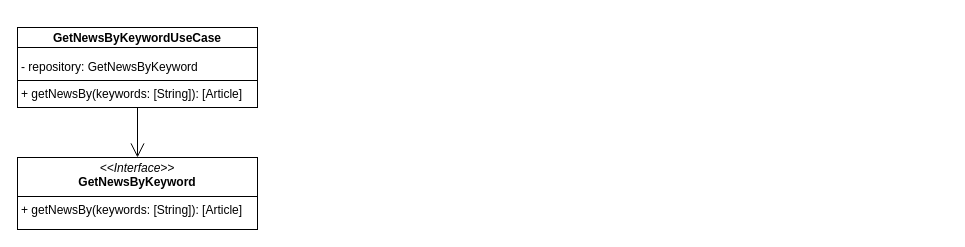
Above: page "DominioToUI" (2 of 3) of 002_clean_architecture/resources/CleanArchitectureExampleUML.drawio in josemortizs/ArticulosTecnicos (draw.io), before the change. Source tidied: cells renumbered, new cells numbered last; positions are measured from the earlier drawing's top-left corner, leaving out a move shared by most shapes. Both pictures are drawn from the tidied source at 100%, with x=0, y=0 at pixel (17, 27).
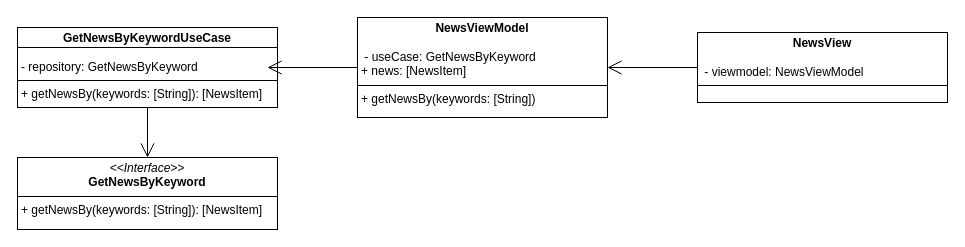
After the change.

What changed in the source:
```diff
@@
 <mxGraphModel>
   <root>
     <mxCell id="0" />
     <mxCell id="1" parent="0" />
-    <mxCell id="2" value="&lt;p style=&quot;margin:0px;margin-top:4px;text-align:center;&quot;&gt;&lt;b&gt;GetNewsByKeywordUseCase&lt;/b&gt;&lt;/p&gt;&lt;p style=&quot;margin:0px;margin-left:4px;&quot;&gt;&lt;br&gt;&lt;/p&gt;&lt;p style=&quot;margin:0px;margin-left:4px;&quot;&gt;- repository: GetNewsByKeyword&lt;/p&gt;&lt;hr size=&quot;1&quot; style=&quot;border-style:solid;&quot;&gt;&lt;p style=&quot;margin:0px;margin-left:4px;&quot;&gt;+ getNewsBy(keywords: [String]): [Article]&lt;br&gt;&lt;/p&gt;" style="verticalAlign=top;align=left;overflow=fill;html=1;whiteSpace=wrap;" parent="1" vertex="1">
-      <mxGeometry width="240" height="80" as="geometry" />
+    <mxCell id="2" value="&lt;p style=&quot;margin:0px;margin-top:4px;text-align:center;&quot;&gt;&lt;b&gt;GetNewsByKeywordUseCase&lt;/b&gt;&lt;/p&gt;&lt;p style=&quot;margin:0px;margin-left:4px;&quot;&gt;&lt;br&gt;&lt;/p&gt;&lt;p style=&quot;margin:0px;margin-left:4px;&quot;&gt;- repository: GetNewsByKeyword&lt;/p&gt;&lt;hr size=&quot;1&quot; style=&quot;border-style:solid;&quot;&gt;&lt;p style=&quot;margin:0px;margin-left:4px;&quot;&gt;+ getNewsBy(keywords: [String]): [NewsItem]&lt;br&gt;&lt;/p&gt;" style="verticalAlign=top;align=left;overflow=fill;html=1;whiteSpace=wrap;" parent="1" vertex="1">
+      <mxGeometry width="260" height="80" as="geometry" />
     </mxCell>
     <mxCell id="3" style="endArrow=none;html=1;rounded=0;exitX=1;exitY=0.25;exitDx=0;exitDy=0;entryX=0;entryY=0.25;entryDx=0;entryDy=0;" parent="1" edge="1" source="2" target="2">
       <mxGeometry relative="1" as="geometry" />
     </mxCell>
-    <mxCell id="4" value="&lt;p style=&quot;margin:0px;margin-top:4px;text-align:center;&quot;&gt;&lt;i&gt;&amp;lt;&amp;lt;Interface&amp;gt;&amp;gt;&lt;/i&gt;&lt;br&gt;&lt;b&gt;GetNewsByKeyword&lt;/b&gt;&lt;/p&gt;&lt;hr size=&quot;1&quot; style=&quot;border-style:solid;&quot;&gt;&lt;p style=&quot;margin:0px;margin-left:4px;&quot;&gt;&lt;span style=&quot;background-color: initial;&quot;&gt;+ getNewsBy(keywords: [String]): [Article]&lt;/span&gt;&lt;br&gt;&lt;/p&gt;" style="verticalAlign=top;align=left;overflow=fill;html=1;whiteSpace=wrap;" parent="1" vertex="1">
-      <mxGeometry y="130" width="240" height="72" as="geometry" />
+    <mxCell id="4" value="&lt;p style=&quot;margin:0px;margin-top:4px;text-align:center;&quot;&gt;&lt;i&gt;&amp;lt;&amp;lt;Interface&amp;gt;&amp;gt;&lt;/i&gt;&lt;br&gt;&lt;b&gt;GetNewsByKeyword&lt;/b&gt;&lt;/p&gt;&lt;hr size=&quot;1&quot; style=&quot;border-style:solid;&quot;&gt;&lt;p style=&quot;margin:0px;margin-left:4px;&quot;&gt;&lt;span style=&quot;background-color: initial;&quot;&gt;+ getNewsBy(keywords: [String]): [&lt;/span&gt;NewsItem&lt;span style=&quot;background-color: initial;&quot;&gt;]&lt;/span&gt;&lt;br&gt;&lt;/p&gt;" style="verticalAlign=top;align=left;overflow=fill;html=1;whiteSpace=wrap;" parent="1" vertex="1">
+      <mxGeometry y="130" width="260" height="72" as="geometry" />
     </mxCell>
     <mxCell id="5" style="endArrow=open;endFill=1;endSize=12;html=1;rounded=0;exitX=0.5;exitY=1;exitDx=0;exitDy=0;entryX=0.5;entryY=0;entryDx=0;entryDy=0;" parent="1" edge="1" source="2" target="4">
       <mxGeometry relative="1" as="geometry" />
     </mxCell>
+    <mxCell id="6" value="&lt;p style=&quot;margin:0px;margin-top:4px;text-align:center;&quot;&gt;&lt;b&gt;NewsViewModel&lt;/b&gt;&lt;/p&gt;&lt;p style=&quot;margin:0px;margin-left:4px;&quot;&gt;&lt;br&gt;&lt;/p&gt;&lt;p style=&quot;margin:0px;margin-left:4px;&quot;&gt;&amp;nbsp;- useCase: GetNewsByKeyword&lt;/p&gt;&lt;p style=&quot;margin:0px;margin-left:4px;&quot;&gt;+ news: [NewsItem]&lt;/p&gt;&lt;hr size=&quot;1&quot; style=&quot;border-style:solid;&quot;&gt;&lt;p style=&quot;margin:0px;margin-left:4px;&quot;&gt;+ getNewsBy(keywords: [String])&lt;/p&gt;" style="verticalAlign=top;align=left;overflow=fill;html=1;whiteSpace=wrap;" parent="1" vertex="1">
+      <mxGeometry x="340" y="-10" width="250" height="100" as="geometry" />
+    </mxCell>
+    <mxCell id="7" style="endArrow=open;endFill=1;endSize=12;html=1;rounded=0;exitX=0;exitY=0.5;exitDx=0;exitDy=0;" parent="1" edge="1" source="6">
+      <mxGeometry relative="1" as="geometry">
+        <mxPoint x="250" y="40" as="targetPoint" />
+      </mxGeometry>
+    </mxCell>
+    <mxCell id="8" value="&lt;p style=&quot;margin:0px;margin-top:4px;text-align:center;&quot;&gt;&lt;b&gt;NewsView&lt;/b&gt;&lt;/p&gt;&lt;p style=&quot;margin:0px;margin-left:4px;&quot;&gt;&lt;br&gt;&lt;/p&gt;&lt;p style=&quot;margin:0px;margin-left:4px;&quot;&gt;&amp;nbsp;- viewmodel: NewsViewModel&lt;/p&gt;&lt;hr size=&quot;1&quot; style=&quot;border-style:solid;&quot;&gt;&lt;p style=&quot;margin:0px;margin-left:4px;&quot;&gt;&amp;nbsp;&lt;/p&gt;" style="verticalAlign=top;align=left;overflow=fill;html=1;whiteSpace=wrap;" parent="1" vertex="1">
+      <mxGeometry x="680" y="5" width="250" height="70" as="geometry" />
+    </mxCell>
+    <mxCell id="9" style="endArrow=open;endFill=1;endSize=12;html=1;rounded=0;entryX=1;entryY=0.5;entryDx=0;entryDy=0;exitX=0;exitY=0.5;exitDx=0;exitDy=0;" parent="1" edge="1" source="8" target="6">
+      <mxGeometry relative="1" as="geometry" />
+    </mxCell>
   </root>
 </mxGraphModel>
```
